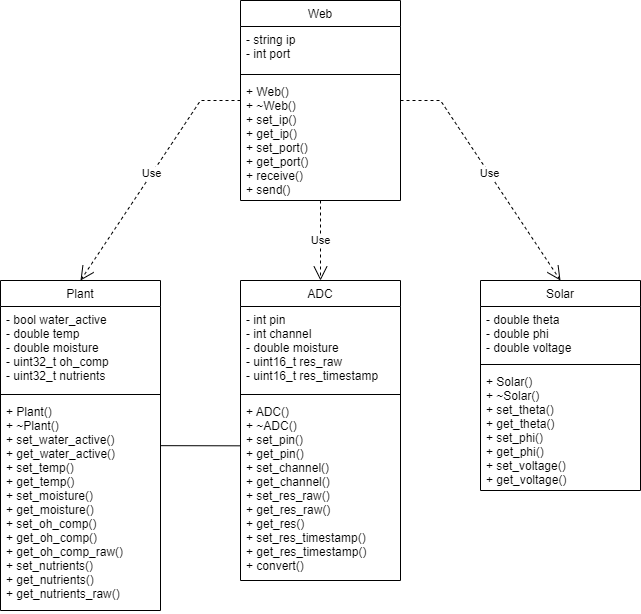
Before: images/classes_uml.png, a diagram exported from draw.io (SeniorDesign-Group9/initial-document). Source tidied: cells renumbered, new cells last; positions are measured from the earlier drawing's top-left corner, leaving out a move shared by most shapes.
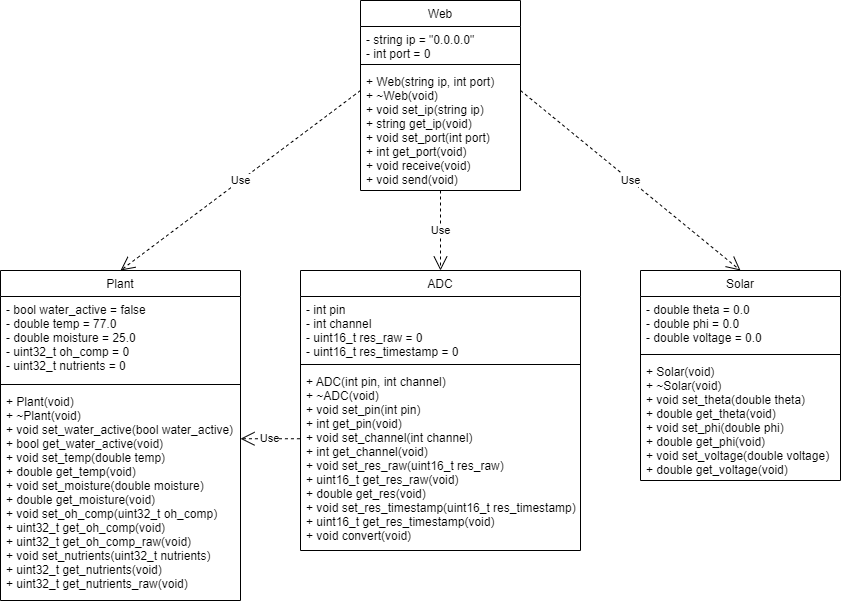
Later version of the same file.

Commit message:
Classes description, including vars and functions. Updated UML diagram.

The edit, as a diff of the source:
```diff
@@ -3,72 +3,68 @@
     <mxCell id="0" />
     <mxCell id="1" parent="0" />
     <mxCell id="2" value="Plant" style="swimlane;fontStyle=0;align=center;verticalAlign=top;horizontal=1;startSize=26;rounded=0;shadow=0;strokeWidth=1;" parent="1" vertex="1">
-      <mxGeometry y="280" width="160" height="330" as="geometry" />
+      <mxGeometry x="-80" y="280" width="240" height="330" as="geometry" />
     </mxCell>
-    <mxCell id="3" value="- bool water_active&#10;- double temp&#10;- double moisture&#10;- uint32_t oh_comp&#10;- uint32_t nutrients" style="text;align=left;verticalAlign=top;spacingLeft=4;spacingRight=4;overflow=hidden;" parent="2" vertex="1">
-      <mxGeometry y="26" width="160" height="84" as="geometry" />
+    <mxCell id="3" value="- bool water_active = false&#10;- double temp = 77.0&#10;- double moisture = 25.0&#10;- uint32_t oh_comp = 0&#10;- uint32_t nutrients = 0" style="text;align=left;verticalAlign=top;spacingLeft=4;spacingRight=4;overflow=hidden;" parent="2" vertex="1">
+      <mxGeometry y="26" width="240" height="84" as="geometry" />
     </mxCell>
     <mxCell id="4" style="line;html=1;strokeWidth=1;align=left;verticalAlign=middle;spacingTop=-1;spacingLeft=3;spacingRight=3;labelPosition=right;" parent="2" vertex="1">
-      <mxGeometry y="110" width="160" height="8" as="geometry" />
+      <mxGeometry y="110" width="240" height="8" as="geometry" />
     </mxCell>
-    <mxCell id="5" value="+ Plant()&#10;+ ~Plant()&#10;+ set_water_active()&#10;+ get_water_active()&#10;+ set_temp()&#10;+ get_temp()&#10;+ set_moisture()&#10;+ get_moisture() &#10;+ set_oh_comp()&#10;+ get_oh_comp()&#10;+ get_oh_comp_raw()&#10;+ set_nutrients()&#10;+ get_nutrients()&#10;+ get_nutrients_raw()" style="text;align=left;verticalAlign=top;spacingLeft=4;spacingRight=4;overflow=hidden;points=[[0,0.5],[1,0.5]];portConstraint=eastwest;" parent="2" vertex="1">
-      <mxGeometry y="118" width="160" height="212" as="geometry" />
+    <mxCell id="5" value="+ Plant(void)&#10;+ ~Plant(void)&#10;+ void set_water_active(bool water_active)&#10;+ bool get_water_active(void)&#10;+ void set_temp(double temp)&#10;+ double get_temp(void)&#10;+ void set_moisture(double moisture)&#10;+ double get_moisture(void) &#10;+ void set_oh_comp(uint32_t oh_comp)&#10;+ uint32_t get_oh_comp(void)&#10;+ uint32_t get_oh_comp_raw(void)&#10;+ void set_nutrients(uint32_t nutrients)&#10;+ uint32_t get_nutrients(void)&#10;+ uint32_t get_nutrients_raw(void)" style="text;align=left;verticalAlign=top;spacingLeft=4;spacingRight=4;overflow=hidden;points=[[0,0.5],[1,0.5]];portConstraint=eastwest;" parent="2" vertex="1">
+      <mxGeometry y="118" width="240" height="212" as="geometry" />
     </mxCell>
     <mxCell id="6" value="Solar" style="swimlane;fontStyle=0;align=center;verticalAlign=top;horizontal=1;startSize=26;rounded=0;shadow=0;strokeWidth=1;" parent="1" vertex="1">
-      <mxGeometry x="480" y="280" width="160" height="210" as="geometry" />
+      <mxGeometry x="560" y="280" width="200" height="210" as="geometry" />
     </mxCell>
-    <mxCell id="7" value="- double theta&#10;- double phi&#10;- double voltage" style="text;align=left;verticalAlign=top;spacingLeft=4;spacingRight=4;overflow=hidden;" parent="6" vertex="1">
-      <mxGeometry y="26" width="160" height="54" as="geometry" />
+    <mxCell id="7" value="- double theta = 0.0&#10;- double phi = 0.0&#10;- double voltage = 0.0" style="text;align=left;verticalAlign=top;spacingLeft=4;spacingRight=4;overflow=hidden;" parent="6" vertex="1">
+      <mxGeometry y="26" width="200" height="54" as="geometry" />
     </mxCell>
     <mxCell id="8" style="line;html=1;strokeWidth=1;align=left;verticalAlign=middle;spacingTop=-1;spacingLeft=3;spacingRight=3;labelPosition=right;" parent="6" vertex="1">
-      <mxGeometry y="80" width="160" height="8" as="geometry" />
+      <mxGeometry y="80" width="200" height="8" as="geometry" />
     </mxCell>
-    <mxCell id="9" value="+ Solar()&#10;+ ~Solar()&#10;+ set_theta()&#10;+ get_theta()&#10;+ set_phi()&#10;+ get_phi()&#10;+ set_voltage()&#10;+ get_voltage()" style="text;align=left;verticalAlign=top;spacingLeft=4;spacingRight=4;overflow=hidden;" parent="6" vertex="1">
-      <mxGeometry y="88" width="160" height="122" as="geometry" />
+    <mxCell id="9" value="+ Solar(void)&#10;+ ~Solar(void)&#10;+ void set_theta(double theta)&#10;+ double get_theta(void)&#10;+ void set_phi(double phi)&#10;+ double get_phi(void)&#10;+ void set_voltage(double voltage)&#10;+ double get_voltage(void)" style="text;align=left;verticalAlign=top;spacingLeft=4;spacingRight=4;overflow=hidden;" parent="6" vertex="1">
+      <mxGeometry y="88" width="200" height="122" as="geometry" />
     </mxCell>
     <mxCell id="10" value="Web" style="swimlane;fontStyle=0;align=center;verticalAlign=top;horizontal=1;startSize=26;rounded=0;shadow=0;strokeWidth=1;" parent="1" vertex="1">
-      <mxGeometry x="240" width="160" height="200" as="geometry" />
+      <mxGeometry x="280" y="10" width="160" height="190" as="geometry" />
     </mxCell>
-    <mxCell id="11" value="- string ip&#10;- int port" style="text;align=left;verticalAlign=top;spacingLeft=4;spacingRight=4;overflow=hidden;" parent="10" vertex="1">
-      <mxGeometry y="26" width="160" height="44" as="geometry" />
+    <mxCell id="11" value="- string ip = &quot;0.0.0.0&quot;&#10;- int port = 0" style="text;align=left;verticalAlign=top;spacingLeft=4;spacingRight=4;overflow=hidden;" parent="10" vertex="1">
+      <mxGeometry y="26" width="160" height="34" as="geometry" />
     </mxCell>
     <mxCell id="12" style="line;html=1;strokeWidth=1;align=left;verticalAlign=middle;spacingTop=-1;spacingLeft=3;spacingRight=3;labelPosition=right;" parent="10" vertex="1">
-      <mxGeometry y="70" width="160" height="8" as="geometry" />
+      <mxGeometry y="60" width="160" height="8" as="geometry" />
     </mxCell>
-    <mxCell id="13" value="+ Web()&#10;+ ~Web()&#10;+ set_ip()&#10;+ get_ip()&#10;+ set_port()&#10;+ get_port()&#10;+ receive()&#10;+ send()" style="text;align=left;verticalAlign=top;spacingLeft=4;spacingRight=4;overflow=hidden;" parent="10" vertex="1">
-      <mxGeometry y="78" width="160" height="122" as="geometry" />
+    <mxCell id="13" value="+ Web(string ip, int port)&#10;+ ~Web(void)&#10;+ void set_ip(string ip)&#10;+ string get_ip(void)&#10;+ void set_port(int port)&#10;+ int get_port(void)&#10;+ void receive(void)&#10;+ void send(void)" style="text;align=left;verticalAlign=top;spacingLeft=4;spacingRight=4;overflow=hidden;" parent="10" vertex="1">
+      <mxGeometry y="68" width="160" height="122" as="geometry" />
     </mxCell>
-    <mxCell id="14" value="Use" style="endArrow=open;endSize=12;dashed=1;html=1;rounded=0;entryX=0.5;entryY=0;entryDx=0;entryDy=0;" parent="1" edge="1" source="10" target="2">
+    <mxCell id="14" value="Use" style="endArrow=open;endSize=12;dashed=1;html=1;rounded=0;entryX=0.5;entryY=0;entryDx=0;entryDy=0;" parent="1" edge="1" target="2">
       <mxGeometry relative="1" as="geometry">
-        <Array as="points">
-          <mxPoint x="200" y="100" />
-        </Array>
+        <mxPoint x="280" y="100" as="sourcePoint" />
       </mxGeometry>
     </mxCell>
-    <mxCell id="15" value="Use" style="endArrow=open;endSize=12;dashed=1;html=1;rounded=0;entryX=0.5;entryY=0;entryDx=0;entryDy=0;" parent="1" edge="1" source="10" target="6">
+    <mxCell id="15" value="Use" style="endArrow=open;endSize=12;dashed=1;html=1;rounded=0;entryX=0.5;entryY=0;entryDx=0;entryDy=0;" parent="1" edge="1" target="6">
       <mxGeometry relative="1" as="geometry">
-        <Array as="points">
-          <mxPoint x="440" y="100" />
-        </Array>
+        <mxPoint x="440" y="100" as="sourcePoint" />
       </mxGeometry>
     </mxCell>
     <mxCell id="16" value="ADC" style="swimlane;fontStyle=0;align=center;verticalAlign=top;horizontal=1;startSize=26;rounded=0;shadow=0;strokeWidth=1;" parent="1" vertex="1">
-      <mxGeometry x="240" y="280" width="160" height="300" as="geometry" />
+      <mxGeometry x="220" y="280" width="280" height="280" as="geometry" />
     </mxCell>
-    <mxCell id="17" value="- int pin&#10;- int channel&#10;- double moisture&#10;- uint16_t res_raw&#10;- uint16_t res_timestamp" style="text;align=left;verticalAlign=top;spacingLeft=4;spacingRight=4;overflow=hidden;" parent="16" vertex="1">
-      <mxGeometry y="26" width="160" height="84" as="geometry" />
+    <mxCell id="17" value="- int pin&#10;- int channel&#10;- uint16_t res_raw = 0&#10;- uint16_t res_timestamp = 0" style="text;align=left;verticalAlign=top;spacingLeft=4;spacingRight=4;overflow=hidden;" parent="16" vertex="1">
+      <mxGeometry y="26" width="280" height="64" as="geometry" />
     </mxCell>
     <mxCell id="18" style="line;html=1;strokeWidth=1;align=left;verticalAlign=middle;spacingTop=-1;spacingLeft=3;spacingRight=3;labelPosition=right;" parent="16" vertex="1">
-      <mxGeometry y="110" width="160" height="8" as="geometry" />
+      <mxGeometry y="90" width="280" height="8" as="geometry" />
     </mxCell>
-    <mxCell id="19" value="+ ADC()&#10;+ ~ADC()&#10;+ set_pin()&#10;+ get_pin()&#10;+ set_channel()&#10;+ get_channel()&#10;+ set_res_raw()&#10;+ get_res_raw()&#10;+ get_res()&#10;+ set_res_timestamp()&#10;+ get_res_timestamp()&#10;+ convert()" style="text;align=left;verticalAlign=top;spacingLeft=4;spacingRight=4;overflow=hidden;points=[[0,0.5],[1,0.5]];portConstraint=eastwest;" parent="16" vertex="1">
-      <mxGeometry y="118" width="160" height="182" as="geometry" />
+    <mxCell id="19" value="+ ADC(int pin, int channel)&#10;+ ~ADC(void)&#10;+ void set_pin(int pin)&#10;+ int get_pin(void)&#10;+ void set_channel(int channel)&#10;+ int get_channel(void)&#10;+ void set_res_raw(uint16_t res_raw)&#10;+ uint16_t get_res_raw(void)&#10;+ double get_res(void)&#10;+ void set_res_timestamp(uint16_t res_timestamp)&#10;+ uint16_t get_res_timestamp(void)&#10;+ void convert(void)" style="text;align=left;verticalAlign=top;spacingLeft=4;spacingRight=4;overflow=hidden;points=[[0,0.5],[1,0.5]];portConstraint=eastwest;" parent="16" vertex="1">
+      <mxGeometry y="98" width="280" height="182" as="geometry" />
     </mxCell>
-    <mxCell id="20" style="endArrow=none;html=1;rounded=0;entryX=-0.002;entryY=0.26;entryDx=0;entryDy=0;entryPerimeter=0;" parent="1" edge="1" source="2" target="19">
-      <mxGeometry relative="1" as="geometry" />
-    </mxCell>
     <mxCell id="21" value="Use" style="endArrow=open;endSize=12;dashed=1;html=1;rounded=0;" parent="1" edge="1" source="10" target="16">
       <mxGeometry relative="1" as="geometry" />
     </mxCell>
+    <mxCell id="22" value="Use" style="endArrow=open;endSize=12;dashed=1;html=1;rounded=0;exitX=-0.002;exitY=0.386;exitDx=0;exitDy=0;exitPerimeter=0;entryX=1;entryY=0.237;entryDx=0;entryDy=0;entryPerimeter=0;" parent="1" edge="1" source="19" target="5">
+      <mxGeometry relative="1" as="geometry" />
+    </mxCell>
   </root>
 </mxGraphModel>
```
